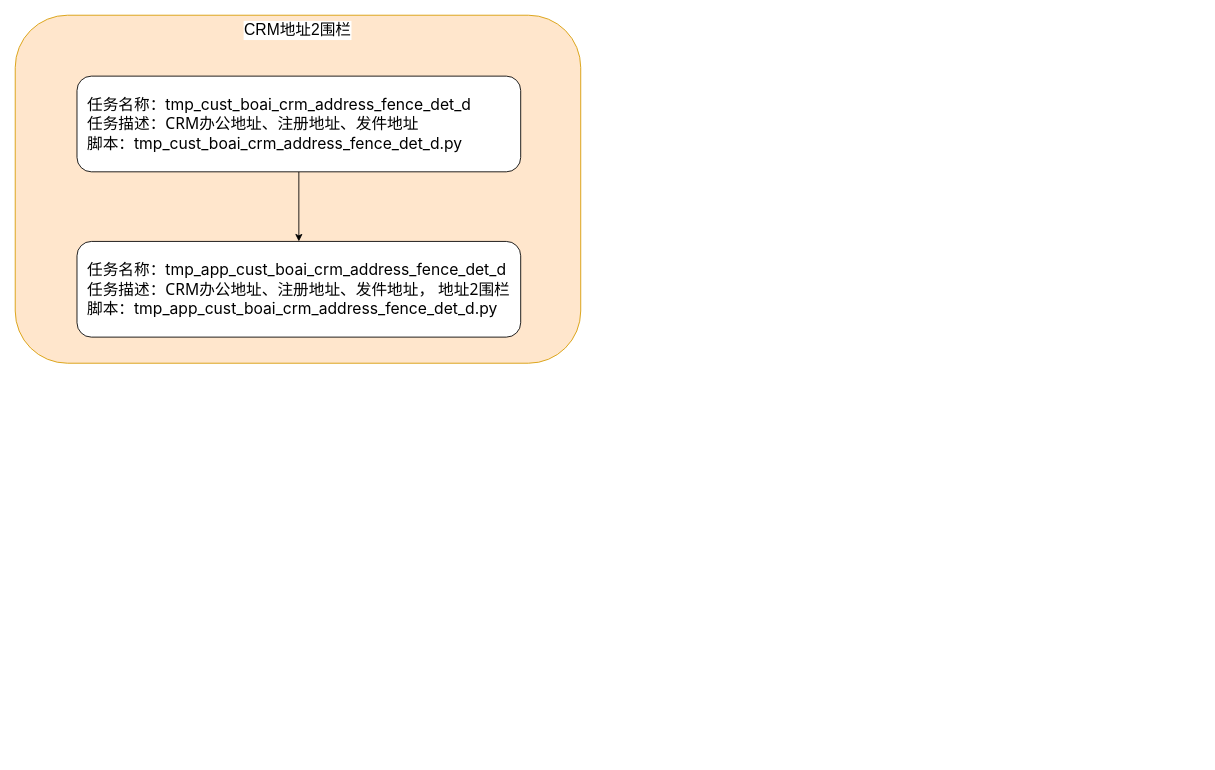
The draw.io diagram page "第 1 页" (1 of 3) of 网格化二期.drawio in tristayan/ck, before the edit. Source tidied: cells renumbered, new cells numbered last; positions are measured from the earlier drawing's top-left corner, leaving out a move shared by most shapes. Both pictures are drawn from the tidied source at 87%, with x=0, y=0 at pixel (15, 15).
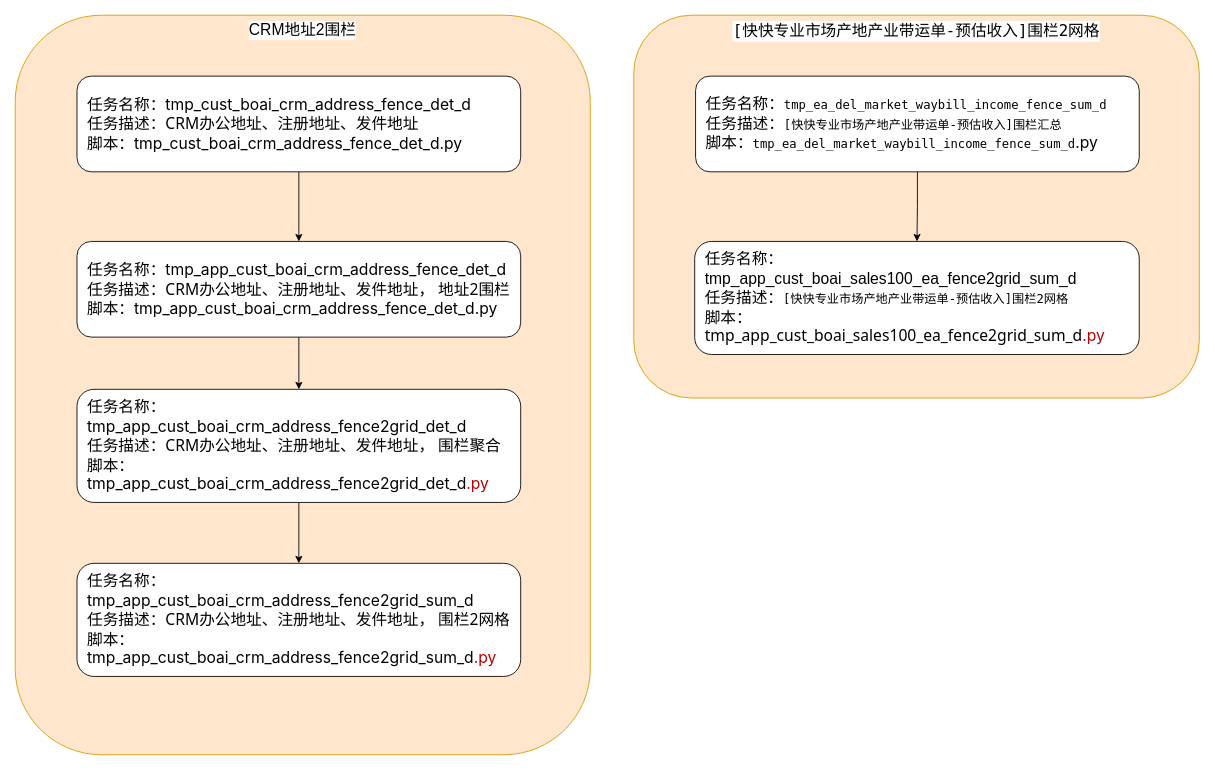
Above is the later version.

Commit message:
更新网格化二期.drawio

The edit, as a diff of the source:
```diff
@@
 <mxGraphModel>
   <root>
     <mxCell id="0" />
     <mxCell id="1" parent="0" />
     <mxCell id="2" value="&lt;font style=&quot;font-size: 18px;&quot;&gt;CRM地址2围栏&lt;/font&gt;" style="rounded=1;whiteSpace=wrap;html=1;verticalAlign=top;labelBackgroundColor=default;fillColor=#ffe6cc;strokeColor=#d79b00;" parent="1" vertex="1">
-      <mxGeometry width="650" height="400" as="geometry" />
+      <mxGeometry width="661" height="850" as="geometry" />
     </mxCell>
     <mxCell id="3" style="edgeStyle=orthogonalEdgeStyle;rounded=0;jettySize=auto;html=1;entryX=0.5;entryY=0;entryDx=0;entryDy=0;" parent="1" edge="1" source="4" target="5">
       <mxGeometry relative="1" as="geometry" />
     </mxCell>
     <mxCell id="4" value="&lt;font style=&quot;font-size: 18px; background-color: light-dark(#ffffff, var(--ge-dark-color, #121212));&quot;&gt;任务名称：&lt;span style=&quot;font-family: -apple-system, &amp;quot;system-ui&amp;quot;, &amp;quot;Segoe UI&amp;quot;, &amp;quot;PingFang SC&amp;quot;, &amp;quot;Hiragino Sans GB&amp;quot;, &amp;quot;Microsoft YaHei&amp;quot;, &amp;quot;Helvetica Neue&amp;quot;, Helvetica, Arial, sans-serif, &amp;quot;Apple Color Emoji&amp;quot;, &amp;quot;Segoe UI Emoji&amp;quot;, &amp;quot;Segoe UI Symbol&amp;quot;; text-wrap-mode: nowrap;&quot;&gt;tmp_cust_boai_crm_address_fence_det_d&lt;/span&gt;&lt;/font&gt;&lt;div&gt;&lt;font style=&quot;font-size: 18px; background-color: light-dark(#ffffff, var(--ge-dark-color, #121212));&quot;&gt;&lt;span style=&quot;font-family: -apple-system, &amp;quot;system-ui&amp;quot;, &amp;quot;Segoe UI&amp;quot;, &amp;quot;PingFang SC&amp;quot;, &amp;quot;Hiragino Sans GB&amp;quot;, &amp;quot;Microsoft YaHei&amp;quot;, &amp;quot;Helvetica Neue&amp;quot;, Helvetica, Arial, sans-serif, &amp;quot;Apple Color Emoji&amp;quot;, &amp;quot;Segoe UI Emoji&amp;quot;, &amp;quot;Segoe UI Symbol&amp;quot;; text-wrap-mode: nowrap;&quot;&gt;任务描述：&lt;/span&gt;&lt;span style=&quot;font-family: system-ui, -apple-system, &amp;quot;system-ui&amp;quot;, &amp;quot;PingFang SC&amp;quot;, 微软雅黑, &amp;quot;Microsoft YaHei&amp;quot;, &amp;quot;Segoe UI&amp;quot;, Roboto, &amp;quot;Helvetica Neue&amp;quot;, Arial, sans-serif;&quot;&gt;CRM办公地址、注册地址、发件地址&lt;/span&gt;&lt;/font&gt;&lt;/div&gt;&lt;div&gt;&lt;font style=&quot;font-size: 18px; background-color: light-dark(#ffffff, var(--ge-dark-color, #121212));&quot;&gt;&lt;span style=&quot;font-family: system-ui, -apple-system, &amp;quot;system-ui&amp;quot;, &amp;quot;PingFang SC&amp;quot;, 微软雅黑, &amp;quot;Microsoft YaHei&amp;quot;, &amp;quot;Segoe UI&amp;quot;, Roboto, &amp;quot;Helvetica Neue&amp;quot;, Arial, sans-serif;&quot;&gt;脚本：&lt;/span&gt;&lt;/font&gt;&lt;span style=&quot;background-color: rgb(255, 255, 255); font-family: -apple-system, &amp;quot;system-ui&amp;quot;, &amp;quot;Segoe UI&amp;quot;, &amp;quot;PingFang SC&amp;quot;, &amp;quot;Hiragino Sans GB&amp;quot;, &amp;quot;Microsoft YaHei&amp;quot;, &amp;quot;Helvetica Neue&amp;quot;, Helvetica, Arial, sans-serif, &amp;quot;Apple Color Emoji&amp;quot;, &amp;quot;Segoe UI Emoji&amp;quot;, &amp;quot;Segoe UI Symbol&amp;quot;; font-size: 18px; text-wrap-mode: nowrap; color: light-dark(rgb(0, 0, 0), rgb(255, 255, 255));&quot;&gt;tmp_cust_boai_crm_address_fence_det_d.py&lt;/span&gt;&lt;/div&gt;" style="rounded=1;whiteSpace=wrap;html=1;align=left;fontColor=default;spacingLeft=10;" parent="1" vertex="1">
       <mxGeometry x="71" y="70" width="510" height="110" as="geometry" />
     </mxCell>
+    <mxCell id="6" style="edgeStyle=orthogonalEdgeStyle;rounded=0;jettySize=auto;html=1;entryX=0.5;entryY=0;entryDx=0;entryDy=0;" parent="1" edge="1" source="5" target="12">
+      <mxGeometry relative="1" as="geometry" />
+    </mxCell>
     <mxCell id="5" value="&lt;font style=&quot;font-size: 18px; background-color: light-dark(#ffffff, var(--ge-dark-color, #121212));&quot;&gt;任务名称：&lt;/font&gt;&lt;font face=&quot;-apple-system, system-ui, Segoe UI, PingFang SC, Hiragino Sans GB, Microsoft YaHei, Helvetica Neue, Helvetica, Arial, sans-serif, Apple Color Emoji, Segoe UI Emoji, Segoe UI Symbol&quot;&gt;&lt;span style=&quot;font-size: 18px; text-wrap-mode: nowrap;&quot;&gt;tmp_app_cust_boai_crm_address_fence_det_d&lt;/span&gt;&lt;/font&gt;&lt;div&gt;&lt;font style=&quot;font-size: 18px; background-color: light-dark(#ffffff, var(--ge-dark-color, #121212));&quot;&gt;&lt;span style=&quot;font-family: -apple-system, &amp;quot;system-ui&amp;quot;, &amp;quot;Segoe UI&amp;quot;, &amp;quot;PingFang SC&amp;quot;, &amp;quot;Hiragino Sans GB&amp;quot;, &amp;quot;Microsoft YaHei&amp;quot;, &amp;quot;Helvetica Neue&amp;quot;, Helvetica, Arial, sans-serif, &amp;quot;Apple Color Emoji&amp;quot;, &amp;quot;Segoe UI Emoji&amp;quot;, &amp;quot;Segoe UI Symbol&amp;quot;; text-wrap-mode: nowrap;&quot;&gt;任务描述：&lt;/span&gt;&lt;span style=&quot;font-family: system-ui, -apple-system, &amp;quot;system-ui&amp;quot;, &amp;quot;PingFang SC&amp;quot;, 微软雅黑, &amp;quot;Microsoft YaHei&amp;quot;, &amp;quot;Segoe UI&amp;quot;, Roboto, &amp;quot;Helvetica Neue&amp;quot;, Arial, sans-serif;&quot;&gt;CRM办公地址、注册地址、发件地址， 地址2围栏&lt;/span&gt;&lt;/font&gt;&lt;/div&gt;&lt;div&gt;&lt;font face=&quot;system-ui, -apple-system, system-ui, PingFang SC, 微软雅黑, Microsoft YaHei, Segoe UI, Roboto, Helvetica Neue, Arial, sans-serif&quot;&gt;&lt;span style=&quot;font-size: 18px; background-color: rgb(255, 255, 255);&quot;&gt;脚本：&lt;/span&gt;&lt;/font&gt;&lt;span style=&quot;font-family: -apple-system, system-ui, &amp;quot;Segoe UI&amp;quot;, &amp;quot;PingFang SC&amp;quot;, &amp;quot;Hiragino Sans GB&amp;quot;, &amp;quot;Microsoft YaHei&amp;quot;, &amp;quot;Helvetica Neue&amp;quot;, Helvetica, Arial, sans-serif, &amp;quot;Apple Color Emoji&amp;quot;, &amp;quot;Segoe UI Emoji&amp;quot;, &amp;quot;Segoe UI Symbol&amp;quot;; font-size: 18px; text-wrap-mode: nowrap; background-color: transparent; color: light-dark(rgb(0, 0, 0), rgb(255, 255, 255));&quot;&gt;tmp_app_cust_boai_crm_address_fence_det_d.py&lt;/span&gt;&lt;/div&gt;" style="rounded=1;whiteSpace=wrap;html=1;align=left;fontColor=default;spacingLeft=10;" parent="1" vertex="1">
       <mxGeometry x="71" y="260" width="510" height="110" as="geometry" />
     </mxCell>
+    <mxCell id="7" value="&lt;div style=&quot;font-family: Menlo, Monaco, &amp;quot;Courier New&amp;quot;, monospace; line-height: 21px; white-space: pre;&quot;&gt;&lt;span style=&quot;background-color: rgb(255, 255, 255);&quot;&gt;&lt;font style=&quot;color: rgb(0, 0, 0); font-size: 18px;&quot;&gt;[快快专业市场产地产业带运单-预估收入]围栏2网格&lt;/font&gt;&lt;/span&gt;&lt;/div&gt;" style="rounded=1;whiteSpace=wrap;html=1;verticalAlign=top;labelBackgroundColor=default;fillColor=#ffe6cc;strokeColor=#d79b00;" parent="1" vertex="1">
+      <mxGeometry x="711" width="650" height="440" as="geometry" />
+    </mxCell>
+    <mxCell id="8" style="edgeStyle=orthogonalEdgeStyle;rounded=0;jettySize=auto;html=1;entryX=0.5;entryY=0;entryDx=0;entryDy=0;" parent="1" edge="1" source="9" target="10">
+      <mxGeometry relative="1" as="geometry" />
+    </mxCell>
+    <mxCell id="9" value="&lt;font style=&quot;font-size: 18px; background-color: light-dark(#ffffff, var(--ge-dark-color, #121212));&quot;&gt;任务名称：&lt;/font&gt;&lt;span style=&quot;font-family: Menlo, Monaco, &amp;quot;Courier New&amp;quot;, monospace; font-size: 14px; white-space: pre; background-color: rgb(255, 255, 255);&quot;&gt;&lt;font style=&quot;color: rgb(0, 0, 0);&quot;&gt;tmp_ea_del_market_waybill_income_fence_sum_d&lt;/font&gt;&lt;/span&gt;&lt;div&gt;&lt;font style=&quot;font-size: 18px; background-color: light-dark(#ffffff, var(--ge-dark-color, #121212));&quot;&gt;&lt;span style=&quot;font-family: -apple-system, &amp;quot;system-ui&amp;quot;, &amp;quot;Segoe UI&amp;quot;, &amp;quot;PingFang SC&amp;quot;, &amp;quot;Hiragino Sans GB&amp;quot;, &amp;quot;Microsoft YaHei&amp;quot;, &amp;quot;Helvetica Neue&amp;quot;, Helvetica, Arial, sans-serif, &amp;quot;Apple Color Emoji&amp;quot;, &amp;quot;Segoe UI Emoji&amp;quot;, &amp;quot;Segoe UI Symbol&amp;quot;; text-wrap-mode: nowrap;&quot;&gt;任务描述：&lt;/span&gt;&lt;/font&gt;&lt;span style=&quot;font-family: Menlo, Monaco, &amp;quot;Courier New&amp;quot;, monospace; font-size: 14px; white-space: pre; background-color: rgb(255, 255, 255);&quot;&gt;&lt;font style=&quot;color: rgb(0, 0, 0);&quot;&gt;[快快专业市场产地产业带运单-预估收入]围栏汇总&lt;/font&gt;&lt;/span&gt;&lt;/div&gt;&lt;div&gt;&lt;font style=&quot;font-size: 18px; background-color: light-dark(#ffffff, var(--ge-dark-color, #121212));&quot;&gt;&lt;span style=&quot;font-family: system-ui, -apple-system, &amp;quot;system-ui&amp;quot;, &amp;quot;PingFang SC&amp;quot;, 微软雅黑, &amp;quot;Microsoft YaHei&amp;quot;, &amp;quot;Segoe UI&amp;quot;, Roboto, &amp;quot;Helvetica Neue&amp;quot;, Arial, sans-serif;&quot;&gt;脚本：&lt;/span&gt;&lt;/font&gt;&lt;span style=&quot;background-color: rgb(255, 255, 255); font-family: -apple-system, &amp;quot;system-ui&amp;quot;, &amp;quot;Segoe UI&amp;quot;, &amp;quot;PingFang SC&amp;quot;, &amp;quot;Hiragino Sans GB&amp;quot;, &amp;quot;Microsoft YaHei&amp;quot;, &amp;quot;Helvetica Neue&amp;quot;, Helvetica, Arial, sans-serif, &amp;quot;Apple Color Emoji&amp;quot;, &amp;quot;Segoe UI Emoji&amp;quot;, &amp;quot;Segoe UI Symbol&amp;quot;; font-size: 18px; text-wrap-mode: nowrap; color: light-dark(rgb(0, 0, 0), rgb(255, 255, 255));&quot;&gt;&lt;span style=&quot;font-family: Menlo, Monaco, &amp;quot;Courier New&amp;quot;, monospace; font-size: 14px; white-space-collapse: preserve;&quot;&gt;tmp_ea_del_market_waybill_income_fence_sum_d&lt;/span&gt;.py&lt;/span&gt;&lt;/div&gt;" style="rounded=1;whiteSpace=wrap;html=1;align=left;fontColor=default;spacingLeft=10;" parent="1" vertex="1">
+      <mxGeometry x="782" y="70" width="510" height="110" as="geometry" />
+    </mxCell>
+    <mxCell id="10" value="&lt;font style=&quot;font-size: 18px; background-color: light-dark(#ffffff, var(--ge-dark-color, #121212));&quot;&gt;任务名称：tmp_app_cust_boai_sales100_ea_fence2grid_sum_d&lt;/font&gt;&lt;div&gt;&lt;font style=&quot;font-size: 18px; background-color: light-dark(#ffffff, var(--ge-dark-color, #121212));&quot;&gt;&lt;span style=&quot;font-family: -apple-system, &amp;quot;system-ui&amp;quot;, &amp;quot;Segoe UI&amp;quot;, &amp;quot;PingFang SC&amp;quot;, &amp;quot;Hiragino Sans GB&amp;quot;, &amp;quot;Microsoft YaHei&amp;quot;, &amp;quot;Helvetica Neue&amp;quot;, Helvetica, Arial, sans-serif, &amp;quot;Apple Color Emoji&amp;quot;, &amp;quot;Segoe UI Emoji&amp;quot;, &amp;quot;Segoe UI Symbol&amp;quot;; text-wrap-mode: nowrap;&quot;&gt;任务描述：&lt;/span&gt;&lt;/font&gt;&lt;span style=&quot;background-color: rgb(255, 255, 255); font-family: Menlo, Monaco, &amp;quot;Courier New&amp;quot;, monospace; font-size: 14px; white-space: pre; color: light-dark(rgb(0, 0, 0), rgb(255, 255, 255));&quot;&gt;[快快专业市场产地产业带运单-预估收入]围栏2网格&lt;/span&gt;&lt;/div&gt;&lt;div&gt;&lt;font face=&quot;system-ui, -apple-system, system-ui, PingFang SC, 微软雅黑, Microsoft YaHei, Segoe UI, Roboto, Helvetica Neue, Arial, sans-serif&quot;&gt;&lt;span style=&quot;font-size: 18px; background-color: rgb(255, 255, 255);&quot;&gt;脚本：&lt;/span&gt;&lt;/font&gt;&lt;span style=&quot;background-color: transparent;&quot;&gt;&lt;font face=&quot;system-ui, -apple-system, system-ui, PingFang SC, 微软雅黑, Microsoft YaHei, Segoe UI, Roboto, Helvetica Neue, Arial, sans-serif&quot;&gt;&lt;span style=&quot;font-size: 18px;&quot;&gt;tmp_app_cust_boai_sales100_ea_fence2grid_sum_d&lt;/span&gt;&lt;/font&gt;&lt;font face=&quot;-apple-system, system-ui, Segoe UI, PingFang SC, Hiragino Sans GB, Microsoft YaHei, Helvetica Neue, Helvetica, Arial, sans-serif, Apple Color Emoji, Segoe UI Emoji, Segoe UI Symbol&quot; color=&quot;rgba(0, 0, 0, 0)&quot;&gt;&lt;span style=&quot;font-size: 18px; text-wrap-mode: nowrap;&quot;&gt;.py&lt;/span&gt;&lt;/font&gt;&lt;/span&gt;&lt;/div&gt;" style="rounded=1;whiteSpace=wrap;html=1;align=left;fontColor=default;spacingLeft=10;" parent="1" vertex="1">
+      <mxGeometry x="781" y="260" width="511" height="130" as="geometry" />
+    </mxCell>
+    <mxCell id="11" style="edgeStyle=orthogonalEdgeStyle;rounded=0;jettySize=auto;html=1;" parent="1" edge="1" source="12" target="13">
+      <mxGeometry relative="1" as="geometry" />
+    </mxCell>
+    <mxCell id="12" value="&lt;font style=&quot;font-size: 18px; background-color: light-dark(#ffffff, var(--ge-dark-color, #121212));&quot;&gt;任务名称：&lt;/font&gt;&lt;font face=&quot;-apple-system, system-ui, Segoe UI, PingFang SC, Hiragino Sans GB, Microsoft YaHei, Helvetica Neue, Helvetica, Arial, sans-serif, Apple Color Emoji, Segoe UI Emoji, Segoe UI Symbol&quot;&gt;&lt;span style=&quot;font-size: 18px; text-wrap-mode: nowrap;&quot;&gt;tmp_app_cust_boai_crm_address_fence2grid_det_d&lt;/span&gt;&lt;/font&gt;&lt;div&gt;&lt;font style=&quot;font-size: 18px; background-color: light-dark(#ffffff, var(--ge-dark-color, #121212));&quot;&gt;&lt;span style=&quot;font-family: -apple-system, &amp;quot;system-ui&amp;quot;, &amp;quot;Segoe UI&amp;quot;, &amp;quot;PingFang SC&amp;quot;, &amp;quot;Hiragino Sans GB&amp;quot;, &amp;quot;Microsoft YaHei&amp;quot;, &amp;quot;Helvetica Neue&amp;quot;, Helvetica, Arial, sans-serif, &amp;quot;Apple Color Emoji&amp;quot;, &amp;quot;Segoe UI Emoji&amp;quot;, &amp;quot;Segoe UI Symbol&amp;quot;; text-wrap-mode: nowrap;&quot;&gt;任务描述：&lt;/span&gt;&lt;span style=&quot;font-family: system-ui, -apple-system, &amp;quot;system-ui&amp;quot;, &amp;quot;PingFang SC&amp;quot;, 微软雅黑, &amp;quot;Microsoft YaHei&amp;quot;, &amp;quot;Segoe UI&amp;quot;, Roboto, &amp;quot;Helvetica Neue&amp;quot;, Arial, sans-serif;&quot;&gt;CRM办公地址、注册地址、发件地址， 围栏聚合&lt;/span&gt;&lt;/font&gt;&lt;/div&gt;&lt;div&gt;&lt;font face=&quot;system-ui, -apple-system, system-ui, PingFang SC, 微软雅黑, Microsoft YaHei, Segoe UI, Roboto, Helvetica Neue, Arial, sans-serif&quot;&gt;&lt;span style=&quot;font-size: 18px; background-color: rgb(255, 255, 255);&quot;&gt;脚本：&lt;/span&gt;&lt;/font&gt;&lt;span style=&quot;background-color: transparent;&quot;&gt;&lt;font face=&quot;-apple-system, system-ui, Segoe UI, PingFang SC, Hiragino Sans GB, Microsoft YaHei, Helvetica Neue, Helvetica, Arial, sans-serif, Apple Color Emoji, Segoe UI Emoji, Segoe UI Symbol&quot;&gt;&lt;span style=&quot;font-size: 18px; text-wrap-mode: nowrap;&quot;&gt;tmp_app_cust_boai_crm_address_fence2grid_det_d&lt;/span&gt;&lt;/font&gt;&lt;font face=&quot;-apple-system, system-ui, Segoe UI, PingFang SC, Hiragino Sans GB, Microsoft YaHei, Helvetica Neue, Helvetica, Arial, sans-serif, Apple Color Emoji, Segoe UI Emoji, Segoe UI Symbol&quot; color=&quot;rgba(0, 0, 0, 0)&quot;&gt;&lt;span style=&quot;font-size: 18px; text-wrap-mode: nowrap;&quot;&gt;.py&lt;/span&gt;&lt;/font&gt;&lt;/span&gt;&lt;/div&gt;" style="rounded=1;whiteSpace=wrap;html=1;align=left;fontColor=default;spacingLeft=10;" parent="1" vertex="1">
+      <mxGeometry x="71" y="430" width="510" height="130" as="geometry" />
+    </mxCell>
+    <mxCell id="13" value="&lt;font style=&quot;font-size: 18px; background-color: light-dark(#ffffff, var(--ge-dark-color, #121212));&quot;&gt;任务名称：&lt;/font&gt;&lt;font face=&quot;-apple-system, system-ui, Segoe UI, PingFang SC, Hiragino Sans GB, Microsoft YaHei, Helvetica Neue, Helvetica, Arial, sans-serif, Apple Color Emoji, Segoe UI Emoji, Segoe UI Symbol&quot;&gt;&lt;span style=&quot;font-size: 18px; text-wrap-mode: nowrap;&quot;&gt;tmp_app_cust_boai_crm_address_fence2grid_sum_d&lt;/span&gt;&lt;/font&gt;&lt;div&gt;&lt;font style=&quot;font-size: 18px; background-color: light-dark(#ffffff, var(--ge-dark-color, #121212));&quot;&gt;&lt;span style=&quot;font-family: -apple-system, &amp;quot;system-ui&amp;quot;, &amp;quot;Segoe UI&amp;quot;, &amp;quot;PingFang SC&amp;quot;, &amp;quot;Hiragino Sans GB&amp;quot;, &amp;quot;Microsoft YaHei&amp;quot;, &amp;quot;Helvetica Neue&amp;quot;, Helvetica, Arial, sans-serif, &amp;quot;Apple Color Emoji&amp;quot;, &amp;quot;Segoe UI Emoji&amp;quot;, &amp;quot;Segoe UI Symbol&amp;quot;; text-wrap-mode: nowrap;&quot;&gt;任务描述：&lt;/span&gt;&lt;span style=&quot;font-family: system-ui, -apple-system, &amp;quot;system-ui&amp;quot;, &amp;quot;PingFang SC&amp;quot;, 微软雅黑, &amp;quot;Microsoft YaHei&amp;quot;, &amp;quot;Segoe UI&amp;quot;, Roboto, &amp;quot;Helvetica Neue&amp;quot;, Arial, sans-serif;&quot;&gt;CRM办公地址、注册地址、发件地址， 围栏2网格&lt;/span&gt;&lt;/font&gt;&lt;/div&gt;&lt;div&gt;&lt;font face=&quot;system-ui, -apple-system, system-ui, PingFang SC, 微软雅黑, Microsoft YaHei, Segoe UI, Roboto, Helvetica Neue, Arial, sans-serif&quot;&gt;&lt;span style=&quot;font-size: 18px; background-color: rgb(255, 255, 255);&quot;&gt;脚本：&lt;/span&gt;&lt;/font&gt;&lt;span style=&quot;background-color: transparent;&quot;&gt;&lt;font face=&quot;-apple-system, system-ui, Segoe UI, PingFang SC, Hiragino Sans GB, Microsoft YaHei, Helvetica Neue, Helvetica, Arial, sans-serif, Apple Color Emoji, Segoe UI Emoji, Segoe UI Symbol&quot;&gt;&lt;span style=&quot;font-size: 18px; text-wrap-mode: nowrap;&quot;&gt;tmp_app_cust_boai_crm_address_fence2grid_sum_d&lt;/span&gt;&lt;/font&gt;&lt;font face=&quot;-apple-system, system-ui, Segoe UI, PingFang SC, Hiragino Sans GB, Microsoft YaHei, Helvetica Neue, Helvetica, Arial, sans-serif, Apple Color Emoji, Segoe UI Emoji, Segoe UI Symbol&quot; color=&quot;rgba(0, 0, 0, 0)&quot;&gt;&lt;span style=&quot;font-size: 18px; text-wrap-mode: nowrap;&quot;&gt;.py&lt;/span&gt;&lt;/font&gt;&lt;/span&gt;&lt;/div&gt;" style="rounded=1;whiteSpace=wrap;html=1;align=left;fontColor=default;spacingLeft=10;" parent="1" vertex="1">
+      <mxGeometry x="71" y="630" width="510" height="130" as="geometry" />
+    </mxCell>
   </root>
 </mxGraphModel>
```
